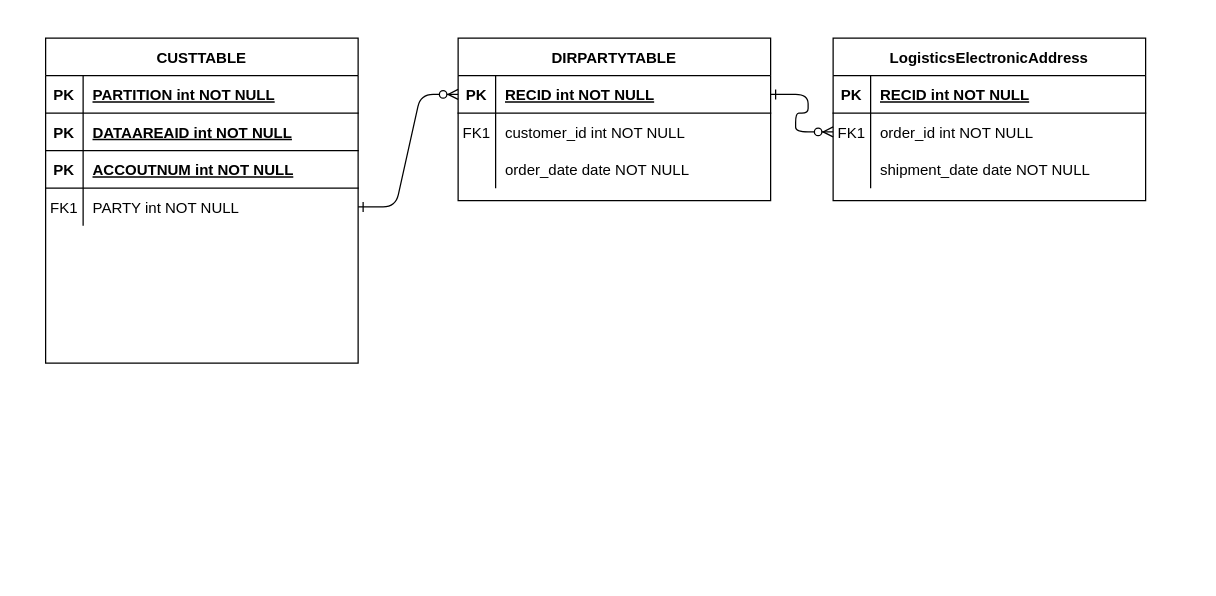
devjuankop/DiagramaAX keeps this draw.io diagram as Diagrama sin título.drawio. Above is the earlier version. Source tidied: cells renumbered, new cells numbered last; positions are measured from the earlier drawing's top-left corner, leaving out a move shared by most shapes. Both pictures are drawn from the tidied source at 125%, with x=0, y=0 at pixel (45, 38).
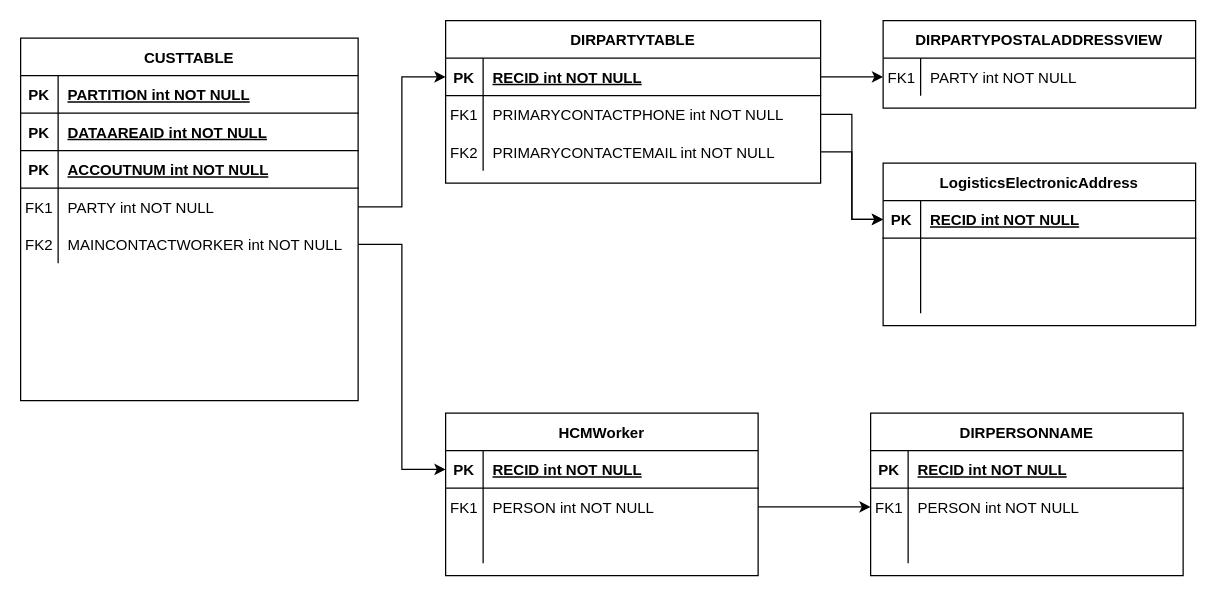
After the change.

Unchanged cells that the change refers to:
```xml
<mxCell id="15" style="shape=partialRectangle;fillColor=none;points=[[0,0.5],[1,0.5]];portConstraint=eastwest;top=0;left=0;right=0;bottom=1;" parent="14" vertex="1">
  <mxGeometry y="30" width="250" height="30" as="geometry" />
</mxCell>
<mxCell id="18" style="shape=partialRectangle;fillColor=none;points=[[0,0.5],[1,0.5]];portConstraint=eastwest;top=0;left=0;right=0;bottom=0;" parent="14" vertex="1">
  <mxGeometry y="60" width="250" height="30" as="geometry" />
</mxCell>
<mxCell id="21" style="shape=partialRectangle;fillColor=none;top=0;left=0;right=0;bottom=0;" parent="14" vertex="1">
  <mxGeometry y="90" width="250" height="30" as="geometry" />
</mxCell>
```

The edit, as a diff of the source:
```diff
@@
-    <mxCell id="2" style="edgeStyle=entityRelationEdgeStyle;endArrow=ERzeroToMany;startArrow=ERone;endFill=1;startFill=0;exitX=1;exitY=0.5;exitDx=0;exitDy=0;entryX=0;entryY=0.5;entryDx=0;entryDy=0;" parent="1" edge="1" source="34" target="5">
-      <mxGeometry relative="1" as="geometry" />
-    </mxCell>
-    <mxCell id="3" style="edgeStyle=entityRelationEdgeStyle;endArrow=ERzeroToMany;startArrow=ERone;endFill=1;startFill=0;" parent="1" edge="1" source="5" target="18">
-      <mxGeometry relative="1" as="geometry" />
-    </mxCell>
     <mxCell id="4" value="DIRPARTYTABLE" style="shape=table;startSize=30;childLayout=tableLayout;rowLines=0;fontStyle=1;align=center;" parent="1" vertex="1">
-      <mxGeometry x="330" width="250" height="130" as="geometry" />
+      <mxGeometry x="320" y="-14" width="300" height="130" as="geometry" />
     </mxCell>
     <mxCell id="5" style="shape=partialRectangle;fillColor=none;points=[[0,0.5],[1,0.5]];portConstraint=eastwest;top=0;left=0;right=0;bottom=1;" parent="4" vertex="1">
-      <mxGeometry y="30" width="250" height="30" as="geometry" />
+      <mxGeometry y="30" width="300" height="30" as="geometry" />
     </mxCell>
@@
     <mxCell id="7" value="RECID int NOT NULL " style="shape=partialRectangle;overflow=hidden;fillColor=none;top=0;left=0;bottom=0;right=0;align=left;spacingLeft=6;fontStyle=5;" parent="5" vertex="1">
-      <mxGeometry x="30" width="220" height="30" as="geometry" />
+      <mxGeometry x="30" width="270" height="30" as="geometry" />
     </mxCell>
     <mxCell id="8" style="shape=partialRectangle;fillColor=none;points=[[0,0.5],[1,0.5]];portConstraint=eastwest;top=0;left=0;right=0;bottom=0;" parent="4" vertex="1">
-      <mxGeometry y="60" width="250" height="30" as="geometry" />
+      <mxGeometry y="60" width="300" height="30" as="geometry" />
     </mxCell>
@@
-    <mxCell id="10" value="customer_id int NOT NULL" style="shape=partialRectangle;overflow=hidden;fillColor=none;top=0;left=0;bottom=0;right=0;align=left;spacingLeft=6;" parent="8" vertex="1">
-      <mxGeometry x="30" width="220" height="30" as="geometry" />
+    <mxCell id="10" value="PRIMARYCONTACTPHONE int NOT NULL" style="shape=partialRectangle;overflow=hidden;fillColor=none;top=0;left=0;bottom=0;right=0;align=left;spacingLeft=6;" parent="8" vertex="1">
+      <mxGeometry x="30" width="270" height="30" as="geometry" />
     </mxCell>
     <mxCell id="11" style="shape=partialRectangle;fillColor=none;points=[[0,0.5],[1,0.5]];portConstraint=eastwest;top=0;left=0;right=0;bottom=0;" parent="4" vertex="1">
-      <mxGeometry y="90" width="250" height="30" as="geometry" />
+      <mxGeometry y="90" width="300" height="30" as="geometry" />
     </mxCell>
-    <mxCell id="12" style="shape=partialRectangle;overflow=hidden;fillColor=none;top=0;left=0;bottom=0;right=0;" parent="11" vertex="1">
+    <mxCell id="12" value="FK2" style="shape=partialRectangle;overflow=hidden;fillColor=none;top=0;left=0;bottom=0;right=0;" parent="11" vertex="1">
       <mxGeometry width="30" height="30" as="geometry" />
     </mxCell>
-    <mxCell id="13" value="order_date date NOT NULL" style="shape=partialRectangle;overflow=hidden;fillColor=none;top=0;left=0;bottom=0;right=0;align=left;spacingLeft=6;" parent="11" vertex="1">
-      <mxGeometry x="30" width="220" height="30" as="geometry" />
+    <mxCell id="13" value="PRIMARYCONTACTEMAIL int NOT NULL" style="shape=partialRectangle;overflow=hidden;fillColor=none;top=0;left=0;bottom=0;right=0;align=left;spacingLeft=6;" parent="11" vertex="1">
+      <mxGeometry x="30" width="270" height="30" as="geometry" />
     </mxCell>
     <mxCell id="14" value="LogisticsElectronicAddress" style="shape=table;startSize=30;childLayout=tableLayout;rowLines=0;fontStyle=1;align=center;" parent="1" vertex="1">
-      <mxGeometry x="630" width="250" height="130" as="geometry" />
+      <mxGeometry x="670" y="100" width="250" height="130" as="geometry" />
     </mxCell>
@@
+    <mxCell id="37" style="edgeStyle=orthogonalEdgeStyle;rounded=0;orthogonalLoop=1;jettySize=auto;html=1;entryX=0;entryY=0.5;entryDx=0;entryDy=0;exitX=0;exitY=0.5;exitDx=0;exitDy=0;" parent="14" edge="1" source="15" target="15">
+      <mxGeometry relative="1" as="geometry" />
+    </mxCell>
@@
-    <mxCell id="19" value="FK1" style="shape=partialRectangle;overflow=hidden;fillColor=none;top=0;left=0;bottom=0;right=0;" parent="18" vertex="1">
+    <mxCell id="19" style="shape=partialRectangle;overflow=hidden;fillColor=none;top=0;left=0;bottom=0;right=0;" parent="18" vertex="1">
       <mxGeometry width="30" height="30" as="geometry" />
     </mxCell>
-    <mxCell id="20" value="order_id int NOT NULL" style="shape=partialRectangle;overflow=hidden;fillColor=none;top=0;left=0;bottom=0;right=0;align=left;spacingLeft=6;" parent="18" vertex="1">
+    <mxCell id="20" style="shape=partialRectangle;overflow=hidden;fillColor=none;top=0;left=0;bottom=0;right=0;align=left;spacingLeft=6;" parent="18" vertex="1">
       <mxGeometry x="30" width="220" height="30" as="geometry" />
     </mxCell>
@@
-    <mxCell id="23" value="shipment_date date NOT NULL" style="shape=partialRectangle;overflow=hidden;fillColor=none;top=0;left=0;bottom=0;right=0;align=left;spacingLeft=6;" parent="21" vertex="1">
+    <mxCell id="23" style="shape=partialRectangle;overflow=hidden;fillColor=none;top=0;left=0;bottom=0;right=0;align=left;spacingLeft=6;" parent="21" vertex="1">
       <mxGeometry x="30" width="220" height="30" as="geometry" />
     </mxCell>
     <mxCell id="24" value="CUSTTABLE" style="shape=table;startSize=30;childLayout=tableLayout;rowLines=0;fontStyle=1;align=center;" parent="1" vertex="1">
-      <mxGeometry width="250" height="260" as="geometry" />
+      <mxGeometry x="-20" width="270" height="290" as="geometry" />
     </mxCell>
     <mxCell id="25" style="shape=partialRectangle;fillColor=none;top=0;left=0;right=0;bottom=1;" parent="24" vertex="1">
-      <mxGeometry y="30" width="250" height="30" as="geometry" />
+      <mxGeometry y="30" width="270" height="30" as="geometry" />
     </mxCell>
@@
     <mxCell id="27" value="PARTITION int NOT NULL " style="shape=partialRectangle;overflow=hidden;fillColor=none;top=0;left=0;bottom=0;right=0;align=left;spacingLeft=6;fontStyle=5;" parent="25" vertex="1">
-      <mxGeometry x="30" width="220" height="30" as="geometry" />
+      <mxGeometry x="30" width="240" height="30" as="geometry" />
     </mxCell>
     <mxCell id="28" style="shape=partialRectangle;fillColor=none;top=0;left=0;right=0;bottom=1;" parent="24" vertex="1">
-      <mxGeometry y="60" width="250" height="30" as="geometry" />
+      <mxGeometry y="60" width="270" height="30" as="geometry" />
     </mxCell>
@@
     <mxCell id="30" value="DATAAREAID int NOT NULL " style="shape=partialRectangle;overflow=hidden;fillColor=none;top=0;left=0;bottom=0;right=0;align=left;spacingLeft=6;fontStyle=5;" parent="28" vertex="1">
-      <mxGeometry x="30" width="220" height="30" as="geometry" />
+      <mxGeometry x="30" width="240" height="30" as="geometry" />
     </mxCell>
     <mxCell id="31" style="shape=partialRectangle;fillColor=none;top=0;left=0;right=0;bottom=1;" parent="24" vertex="1">
-      <mxGeometry y="90" width="250" height="30" as="geometry" />
+      <mxGeometry y="90" width="270" height="30" as="geometry" />
     </mxCell>
@@
     <mxCell id="33" value="ACCOUTNUM int NOT NULL " style="shape=partialRectangle;overflow=hidden;fillColor=none;top=0;left=0;bottom=0;right=0;align=left;spacingLeft=6;fontStyle=5;" parent="31" vertex="1">
-      <mxGeometry x="30" width="220" height="30" as="geometry" />
+      <mxGeometry x="30" width="240" height="30" as="geometry" />
     </mxCell>
     <mxCell id="34" style="shape=partialRectangle;fillColor=none;points=[[0,0.5],[1,0.5]];portConstraint=eastwest;top=0;left=0;right=0;bottom=0;" parent="24" vertex="1">
-      <mxGeometry y="120" width="250" height="30" as="geometry" />
+      <mxGeometry y="120" width="270" height="30" as="geometry" />
     </mxCell>
@@
     <mxCell id="36" value="PARTY int NOT NULL" style="shape=partialRectangle;overflow=hidden;fillColor=none;top=0;left=0;bottom=0;right=0;align=left;spacingLeft=6;" parent="34" vertex="1">
-      <mxGeometry x="30" width="220" height="30" as="geometry" />
+      <mxGeometry x="30" width="240" height="30" as="geometry" />
     </mxCell>
+    <mxCell id="38" style="shape=partialRectangle;fillColor=none;points=[[0,0.5],[1,0.5]];portConstraint=eastwest;top=0;left=0;right=0;bottom=0;" parent="24" vertex="1">
+      <mxGeometry y="150" width="270" height="30" as="geometry" />
+    </mxCell>
+    <mxCell id="39" value="FK2" style="shape=partialRectangle;overflow=hidden;fillColor=none;top=0;left=0;bottom=0;right=0;" parent="38" vertex="1">
+      <mxGeometry width="30" height="30" as="geometry" />
+    </mxCell>
+    <mxCell id="40" value="MAINCONTACTWORKER int NOT NULL" style="shape=partialRectangle;overflow=hidden;fillColor=none;top=0;left=0;bottom=0;right=0;align=left;spacingLeft=6;" parent="38" vertex="1">
+      <mxGeometry x="30" width="240" height="30" as="geometry" />
+    </mxCell>
+    <mxCell id="41" value="HCMWorker" style="shape=table;startSize=30;childLayout=tableLayout;rowLines=0;fontStyle=1;align=center;" parent="1" vertex="1">
+      <mxGeometry x="320" y="300" width="250" height="130" as="geometry" />
+    </mxCell>
+    <mxCell id="42" style="shape=partialRectangle;fillColor=none;points=[[0,0.5],[1,0.5]];portConstraint=eastwest;top=0;left=0;right=0;bottom=1;" parent="41" vertex="1">
+      <mxGeometry y="30" width="250" height="30" as="geometry" />
+    </mxCell>
+    <mxCell id="43" value="PK" style="shape=partialRectangle;overflow=hidden;fillColor=none;top=0;left=0;bottom=0;right=0;fontStyle=1;" parent="42" vertex="1">
+      <mxGeometry width="30" height="30" as="geometry" />
+    </mxCell>
+    <mxCell id="44" value="RECID int NOT NULL " style="shape=partialRectangle;overflow=hidden;fillColor=none;top=0;left=0;bottom=0;right=0;align=left;spacingLeft=6;fontStyle=5;" parent="42" vertex="1">
+      <mxGeometry x="30" width="220" height="30" as="geometry" />
+    </mxCell>
+    <mxCell id="45" style="edgeStyle=orthogonalEdgeStyle;rounded=0;orthogonalLoop=1;jettySize=auto;html=1;entryX=0;entryY=0.5;entryDx=0;entryDy=0;exitX=0;exitY=0.5;exitDx=0;exitDy=0;" parent="41" edge="1" source="42" target="42">
+      <mxGeometry relative="1" as="geometry" />
+    </mxCell>
+    <mxCell id="46" style="shape=partialRectangle;fillColor=none;points=[[0,0.5],[1,0.5]];portConstraint=eastwest;top=0;left=0;right=0;bottom=0;" parent="41" vertex="1">
+      <mxGeometry y="60" width="250" height="30" as="geometry" />
+    </mxCell>
+    <mxCell id="47" value="FK1" style="shape=partialRectangle;overflow=hidden;fillColor=none;top=0;left=0;bottom=0;right=0;" parent="46" vertex="1">
+      <mxGeometry width="30" height="30" as="geometry" />
+    </mxCell>
+    <mxCell id="48" value="PERSON int NOT NULL" style="shape=partialRectangle;overflow=hidden;fillColor=none;top=0;left=0;bottom=0;right=0;align=left;spacingLeft=6;" parent="46" vertex="1">
+      <mxGeometry x="30" width="220" height="30" as="geometry" />
+    </mxCell>
+    <mxCell id="49" style="shape=partialRectangle;fillColor=none;top=0;left=0;right=0;bottom=0;" parent="41" vertex="1">
+      <mxGeometry y="90" width="250" height="30" as="geometry" />
+    </mxCell>
+    <mxCell id="50" style="shape=partialRectangle;overflow=hidden;fillColor=none;top=0;left=0;bottom=0;right=0;" parent="49" vertex="1">
+      <mxGeometry width="30" height="30" as="geometry" />
+    </mxCell>
+    <mxCell id="51" style="shape=partialRectangle;overflow=hidden;fillColor=none;top=0;left=0;bottom=0;right=0;align=left;spacingLeft=6;" parent="49" vertex="1">
+      <mxGeometry x="30" width="220" height="30" as="geometry" />
+    </mxCell>
+    <mxCell id="52" value="DIRPERSONNAME" style="shape=table;startSize=30;childLayout=tableLayout;rowLines=0;fontStyle=1;align=center;" parent="1" vertex="1">
+      <mxGeometry x="660" y="300" width="250" height="130" as="geometry" />
+    </mxCell>
+    <mxCell id="53" style="shape=partialRectangle;fillColor=none;points=[[0,0.5],[1,0.5]];portConstraint=eastwest;top=0;left=0;right=0;bottom=1;" parent="52" vertex="1">
+      <mxGeometry y="30" width="250" height="30" as="geometry" />
+    </mxCell>
+    <mxCell id="54" value="PK" style="shape=partialRectangle;overflow=hidden;fillColor=none;top=0;left=0;bottom=0;right=0;fontStyle=1;" parent="53" vertex="1">
+      <mxGeometry width="30" height="30" as="geometry" />
+    </mxCell>
+    <mxCell id="55" value="RECID int NOT NULL " style="shape=partialRectangle;overflow=hidden;fillColor=none;top=0;left=0;bottom=0;right=0;align=left;spacingLeft=6;fontStyle=5;" parent="53" vertex="1">
+      <mxGeometry x="30" width="220" height="30" as="geometry" />
+    </mxCell>
+    <mxCell id="56" style="edgeStyle=orthogonalEdgeStyle;rounded=0;orthogonalLoop=1;jettySize=auto;html=1;entryX=0;entryY=0.5;entryDx=0;entryDy=0;exitX=0;exitY=0.5;exitDx=0;exitDy=0;" parent="52" edge="1" source="53" target="53">
+      <mxGeometry relative="1" as="geometry" />
+    </mxCell>
+    <mxCell id="57" style="shape=partialRectangle;fillColor=none;points=[[0,0.5],[1,0.5]];portConstraint=eastwest;top=0;left=0;right=0;bottom=0;" parent="52" vertex="1">
+      <mxGeometry y="60" width="250" height="30" as="geometry" />
+    </mxCell>
+    <mxCell id="58" value="FK1" style="shape=partialRectangle;overflow=hidden;fillColor=none;top=0;left=0;bottom=0;right=0;" parent="57" vertex="1">
+      <mxGeometry width="30" height="30" as="geometry" />
+    </mxCell>
+    <mxCell id="59" value="PERSON int NOT NULL" style="shape=partialRectangle;overflow=hidden;fillColor=none;top=0;left=0;bottom=0;right=0;align=left;spacingLeft=6;" parent="57" vertex="1">
+      <mxGeometry x="30" width="220" height="30" as="geometry" />
+    </mxCell>
+    <mxCell id="60" style="shape=partialRectangle;fillColor=none;top=0;left=0;right=0;bottom=0;" parent="52" vertex="1">
+      <mxGeometry y="90" width="250" height="30" as="geometry" />
+    </mxCell>
+    <mxCell id="61" style="shape=partialRectangle;overflow=hidden;fillColor=none;top=0;left=0;bottom=0;right=0;" parent="60" vertex="1">
+      <mxGeometry width="30" height="30" as="geometry" />
+    </mxCell>
+    <mxCell id="62" style="shape=partialRectangle;overflow=hidden;fillColor=none;top=0;left=0;bottom=0;right=0;align=left;spacingLeft=6;" parent="60" vertex="1">
+      <mxGeometry x="30" width="220" height="30" as="geometry" />
+    </mxCell>
+    <mxCell id="63" style="edgeStyle=orthogonalEdgeStyle;rounded=0;jettySize=auto;html=1;entryX=0;entryY=0.5;entryDx=0;entryDy=0;" parent="1" edge="1" source="46" target="57">
+      <mxGeometry relative="1" as="geometry" />
+    </mxCell>
+    <mxCell id="64" style="edgeStyle=orthogonalEdgeStyle;rounded=0;jettySize=auto;html=1;exitX=1;exitY=0.5;exitDx=0;exitDy=0;entryX=0;entryY=0.5;entryDx=0;entryDy=0;" parent="1" edge="1" source="38" target="42">
+      <mxGeometry relative="1" as="geometry" />
+    </mxCell>
+    <mxCell id="2" style="edgeStyle=orthogonalEdgeStyle;rounded=0;jettySize=auto;html=1;exitX=1;exitY=0.5;exitDx=0;exitDy=0;entryX=0;entryY=0.5;entryDx=0;entryDy=0;" parent="1" edge="1" source="34" target="5">
+      <mxGeometry relative="1" as="geometry" />
+    </mxCell>
+    <mxCell id="65" style="edgeStyle=orthogonalEdgeStyle;rounded=0;jettySize=auto;html=1;exitX=1;exitY=0.5;exitDx=0;exitDy=0;entryX=0;entryY=0.5;entryDx=0;entryDy=0;" parent="1" edge="1" source="11" target="15">
+      <mxGeometry relative="1" as="geometry" />
+    </mxCell>
+    <mxCell id="66" style="edgeStyle=orthogonalEdgeStyle;rounded=0;jettySize=auto;html=1;exitX=1;exitY=0.5;exitDx=0;exitDy=0;entryX=0;entryY=0.5;entryDx=0;entryDy=0;" parent="1" edge="1" source="8" target="15">
+      <mxGeometry relative="1" as="geometry" />
+    </mxCell>
+    <mxCell id="67" value="DIRPARTYPOSTALADDRESSVIEW" style="shape=table;startSize=30;childLayout=tableLayout;rowLines=0;fontStyle=1;align=center;" parent="1" vertex="1">
+      <mxGeometry x="670" y="-14" width="250" height="70" as="geometry" />
+    </mxCell>
+    <mxCell id="68" style="shape=partialRectangle;fillColor=none;points=[[0,0.5],[1,0.5]];portConstraint=eastwest;top=0;left=0;right=0;bottom=0;" parent="67" vertex="1">
+      <mxGeometry y="30" width="250" height="30" as="geometry" />
+    </mxCell>
+    <mxCell id="69" value="FK1" style="shape=partialRectangle;overflow=hidden;fillColor=none;top=0;left=0;bottom=0;right=0;" parent="68" vertex="1">
+      <mxGeometry width="30" height="30" as="geometry" />
+    </mxCell>
+    <mxCell id="70" value="PARTY int NOT NULL" style="shape=partialRectangle;overflow=hidden;fillColor=none;top=0;left=0;bottom=0;right=0;align=left;spacingLeft=6;" parent="68" vertex="1">
+      <mxGeometry x="30" width="220" height="30" as="geometry" />
+    </mxCell>
+    <mxCell id="71" style="edgeStyle=orthogonalEdgeStyle;rounded=0;jettySize=auto;html=1;exitX=1;exitY=0.5;exitDx=0;exitDy=0;entryX=0;entryY=0.5;entryDx=0;entryDy=0;" parent="1" edge="1" source="5" target="68">
+      <mxGeometry relative="1" as="geometry" />
+    </mxCell>
```
